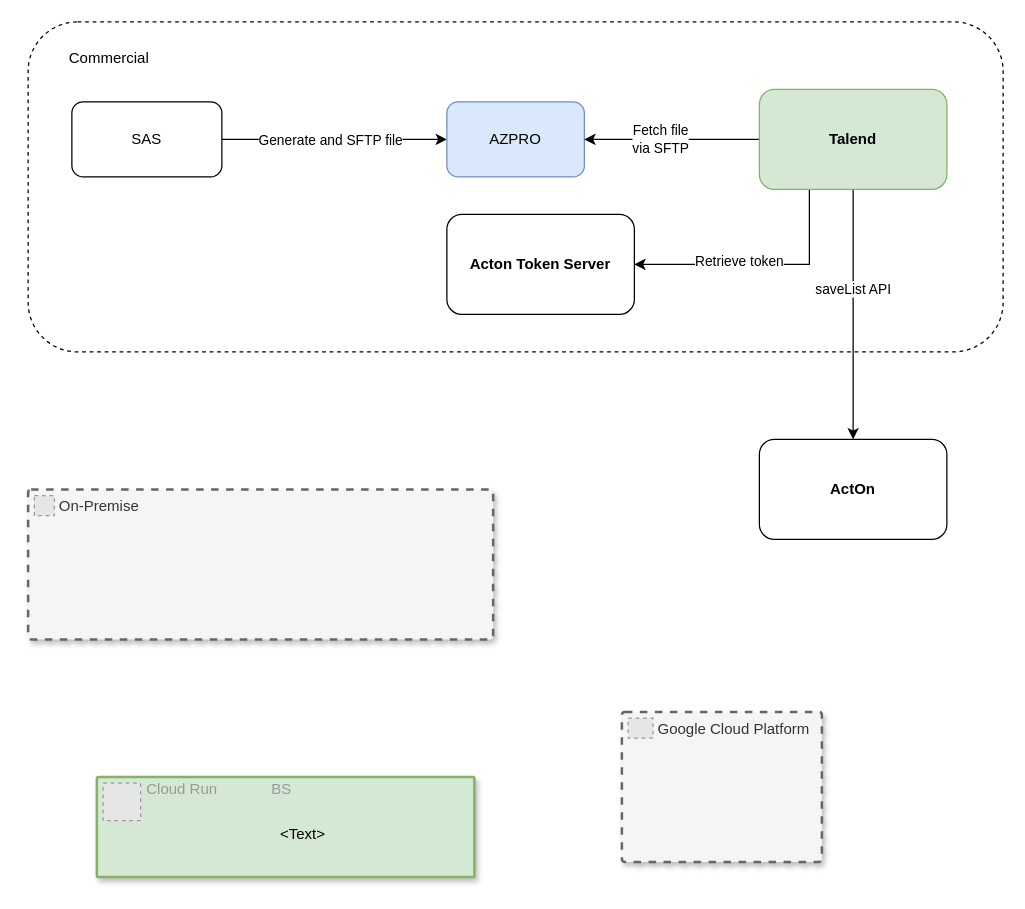
This is page "Page-2" (2 of 2) of drawings/Rebates Acton.drawio from AarellanoH/draw_io, a draw.io file, before an edit. Source tidied: cells renumbered, new cells numbered last; positions are measured from the earlier drawing's top-left corner, leaving out a move shared by most shapes. Both pictures are drawn from the tidied source at 125%, with x=0, y=0 at pixel (28, 21). Pictures stored in the file or linked from it are replaced by grey dashed boxes.
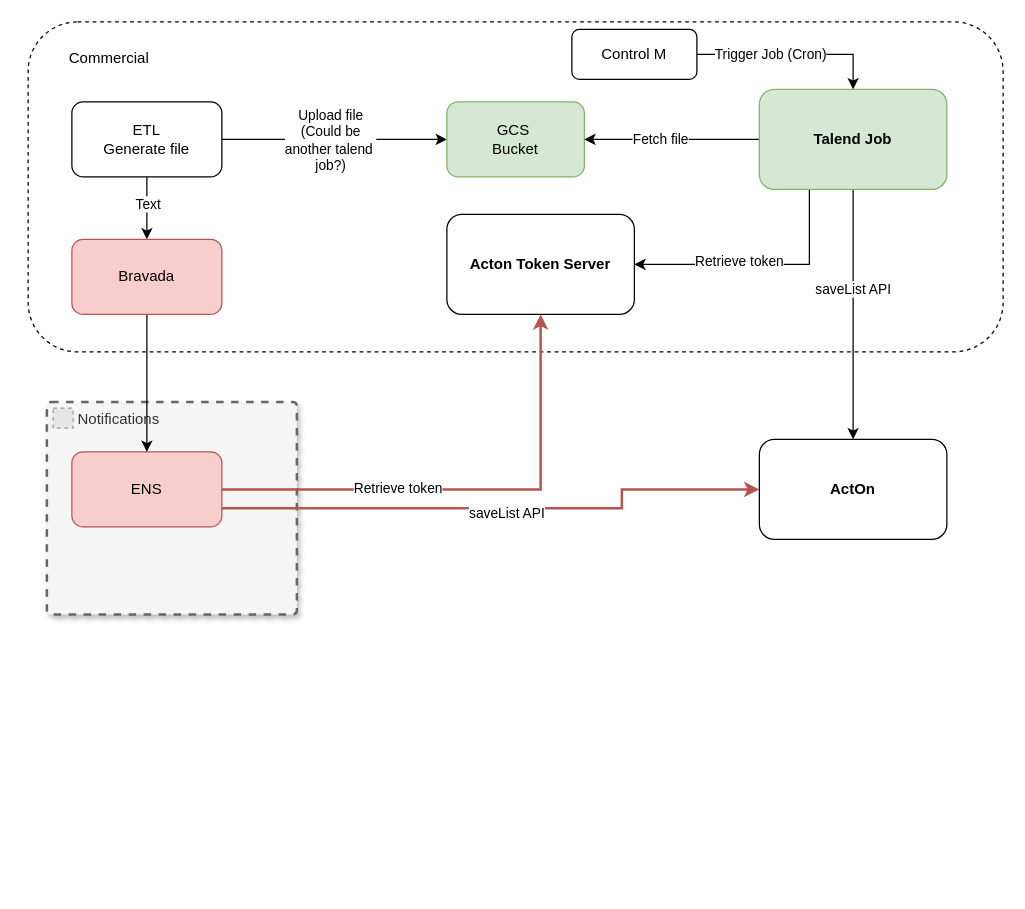
The same diagram, later.

Unchanged cells that the change refers to:
```xml
<mxCell id="3" style="edgeStyle=orthogonalEdgeStyle;rounded=0;jettySize=auto;html=1;" parent="1" edge="1" source="5" target="6">
  <mxGeometry relative="1" as="geometry" />
</mxCell>
<mxCell id="7" style="edgeStyle=orthogonalEdgeStyle;rounded=0;jettySize=auto;html=1;entryX=1;entryY=0.5;entryDx=0;entryDy=0;" parent="1" edge="1" source="13" target="6">
  <mxGeometry relative="1" as="geometry" />
</mxCell>
<mxCell id="15" value="&lt;div&gt;&lt;b&gt;ActOn&lt;/b&gt;&lt;/div&gt;" style="rounded=1;whiteSpace=wrap;html=1;" parent="1" vertex="1">
  <mxGeometry x="585" y="334" width="150" height="80" as="geometry" />
</mxCell>
<mxCell id="17" value="&lt;b&gt;Acton Token Server&lt;/b&gt;" style="rounded=1;whiteSpace=wrap;html=1;" parent="1" vertex="1">
  <mxGeometry x="335" y="154" width="150" height="80" as="geometry" />
</mxCell>
```

The edit, as a diff of the source:
```diff
@@
+    <mxCell id="25" value="Notifications" style="rounded=1;whiteSpace=wrap;html=1;strokeWidth=2;fillColor=#f5f5f5;strokeColor=#666666;dashed=1;shadow=1;arcSize=2;verticalAlign=top;align=left;spacingLeft=23;fontColor=#333333;" parent="1" vertex="1">
+      <mxGeometry x="15" y="304" width="200" height="170" as="geometry" />
+    </mxCell>
+    <mxCell id="19" style="fillColor=#E6E6E6;strokeColor=#999999;dashed=1;" parent="25" vertex="1">
+      <mxGeometry x="5" y="5" width="16" height="16" as="geometry" />
+    </mxCell>
+    <mxCell id="26" value="ENS" style="rounded=1;whiteSpace=wrap;html=1;fillColor=#f8cecc;strokeColor=#b85450;" parent="25" vertex="1">
+      <mxGeometry x="20" y="40" width="120" height="60" as="geometry" />
+    </mxCell>
@@
-    <mxCell id="4" value="Generate and SFTP file" style="edgeLabel;html=1;align=center;verticalAlign=middle;" parent="3" vertex="1">
+    <mxCell id="4" value="Upload file&lt;br&gt;(Could be&lt;div&gt;another talend&amp;nbsp;&lt;/div&gt;&lt;div&gt;job?)&lt;/div&gt;" style="edgeLabel;html=1;align=center;verticalAlign=middle;" parent="3" vertex="1">
       <mxGeometry x="-0.04" relative="1" as="geometry" />
     </mxCell>
+    <mxCell id="27" style="edgeStyle=orthogonalEdgeStyle;rounded=0;jettySize=auto;html=1;" parent="1" edge="1" source="5" target="30">
+      <mxGeometry relative="1" as="geometry" />
+    </mxCell>
+    <mxCell id="28" value="Text" style="edgeLabel;html=1;align=center;verticalAlign=middle;" parent="27" vertex="1">
+      <mxGeometry x="-0.16" relative="1" as="geometry" />
+    </mxCell>
-    <mxCell id="5" value="SAS" style="rounded=1;whiteSpace=wrap;html=1;" parent="1" vertex="1">
+    <mxCell id="5" value="ETL&lt;br&gt;Generate file" style="rounded=1;whiteSpace=wrap;html=1;" parent="1" vertex="1">
       <mxGeometry x="35" y="64" width="120" height="60" as="geometry" />
     </mxCell>
-    <mxCell id="6" value="AZPRO" style="rounded=1;whiteSpace=wrap;html=1;fillColor=#dae8fc;strokeColor=#6c8ebf;" parent="1" vertex="1">
+    <mxCell id="6" value="GCS&amp;nbsp;&lt;div&gt;Bucket&lt;/div&gt;" style="rounded=1;whiteSpace=wrap;html=1;fillColor=#d5e8d4;strokeColor=#82b366;" parent="1" vertex="1">
       <mxGeometry x="335" y="64" width="110" height="60" as="geometry" />
     </mxCell>
@@
-    <mxCell id="8" value="Fetch file&lt;div&gt;via SFTP&lt;/div&gt;" style="edgeLabel;html=1;align=center;verticalAlign=middle;" parent="7" vertex="1">
+    <mxCell id="8" value="Fetch file" style="edgeLabel;html=1;align=center;verticalAlign=middle;" parent="7" vertex="1">
       <mxGeometry x="0.14" y="-1" relative="1" as="geometry" />
     </mxCell>
@@
-    <mxCell id="13" value="&lt;div&gt;&lt;b&gt;Talend&lt;/b&gt;&lt;/div&gt;" style="rounded=1;whiteSpace=wrap;html=1;fillColor=#d5e8d4;strokeColor=#82b366;" parent="1" vertex="1">
+    <mxCell id="13" value="&lt;div&gt;&lt;b&gt;Talend Job&lt;/b&gt;&lt;/div&gt;" style="rounded=1;whiteSpace=wrap;html=1;fillColor=#d5e8d4;strokeColor=#82b366;" parent="1" vertex="1">
       <mxGeometry x="585" y="54" width="150" height="80" as="geometry" />
     </mxCell>
@@
-    <mxCell id="18" value="On-Premise" style="rounded=1;whiteSpace=wrap;html=1;strokeWidth=2;fillColor=#f5f5f5;strokeColor=#666666;dashed=1;shadow=1;arcSize=2;verticalAlign=top;align=left;spacingLeft=23;fontColor=#333333;" parent="1" vertex="1">
-      <mxGeometry y="374" width="372" height="120" as="geometry" />
-    </mxCell>
-    <mxCell id="19" style="fillColor=#E6E6E6;strokeColor=#999999;dashed=1;" parent="18" vertex="1">
-      <mxGeometry x="5" y="5" width="16" height="16" as="geometry" />
-    </mxCell>
-    <mxCell id="20" value="&lt;Text&gt;" style="strokeColor=#82b366;shadow=1;strokeWidth=2;rounded=1;absoluteArcSize=1;arcSize=2;fillColor=#d5e8d4;spacingTop=10;spacingLeft=28;" parent="1" vertex="1">
-      <mxGeometry x="55" y="604" width="302" height="80" as="geometry" />
-    </mxCell>
-    <mxCell id="21" value="Cloud Run" style="fillColor=#E6E6E6;strokeColor=#999999;dashed=1;html=1;fontColor=#999999;verticalLabelPosition=middle;verticalAlign=top;labelPosition=right;align=left;spacingLeft=5;spacingTop=-7;spacing=0;" parent="20" vertex="1">
-      <mxGeometry width="30" height="30" relative="1" as="geometry">
-        <mxPoint x="5" y="5" as="offset" />
-      </mxGeometry>
-    </mxCell>
-    <mxCell id="22" value="BS" style="text;html=1;align=right;verticalAlign=top;whiteSpace=wrap;rounded=0;spacing=4;spacingTop=-6;fontColor=#999999;" parent="20" vertex="1">
-      <mxGeometry x="138" width="22" height="15" as="geometry" />
-    </mxCell>
-    <mxCell id="23" value="Google Cloud Platform" style="rounded=1;whiteSpace=wrap;html=1;strokeWidth=2;fillColor=#f5f5f5;strokeColor=#666666;dashed=1;shadow=1;arcSize=2;verticalAlign=top;align=left;spacingLeft=27;fontColor=#333333;" parent="1" vertex="1">
-      <mxGeometry x="475" y="552" width="160" height="120" as="geometry" />
-    </mxCell>
-    <mxCell id="24" style="fillColor=#E6E6E6;strokeColor=#999999;dashed=1;" parent="23" vertex="1">
-      <mxGeometry x="5" y="5" width="19.9" height="16" as="geometry" />
-    </mxCell>
+    <mxCell id="29" style="edgeStyle=orthogonalEdgeStyle;rounded=0;jettySize=auto;html=1;" parent="1" edge="1" source="30" target="26">
+      <mxGeometry relative="1" as="geometry" />
+    </mxCell>
+    <mxCell id="30" value="Bravada" style="whiteSpace=wrap;html=1;rounded=1;fillColor=#f8cecc;strokeColor=#b85450;" parent="1" vertex="1">
+      <mxGeometry x="35" y="174" width="120" height="60" as="geometry" />
+    </mxCell>
+    <mxCell id="31" style="edgeStyle=orthogonalEdgeStyle;rounded=0;jettySize=auto;html=1;strokeWidth=2;fillColor=#f8cecc;strokeColor=#b85450;" parent="1" edge="1" source="26" target="17">
+      <mxGeometry relative="1" as="geometry" />
+    </mxCell>
+    <mxCell id="32" value="Retrieve token" style="edgeLabel;html=1;align=center;verticalAlign=middle;" parent="31" vertex="1">
+      <mxGeometry x="-0.29" y="2" relative="1" as="geometry" />
+    </mxCell>
+    <mxCell id="33" style="edgeStyle=orthogonalEdgeStyle;rounded=0;jettySize=auto;html=1;exitX=1;exitY=0.75;exitDx=0;exitDy=0;entryX=0;entryY=0.5;entryDx=0;entryDy=0;fillColor=#f8cecc;strokeColor=#b85450;strokeWidth=2;" parent="1" edge="1" source="26" target="15">
+      <mxGeometry relative="1" as="geometry">
+        <Array as="points">
+          <mxPoint x="475" y="389" />
+          <mxPoint x="475" y="374" />
+        </Array>
+      </mxGeometry>
+    </mxCell>
+    <mxCell id="34" value="saveList API" style="edgeLabel;html=1;align=center;verticalAlign=middle;" parent="33" vertex="1">
+      <mxGeometry x="0.02" y="-3" relative="1" as="geometry" />
+    </mxCell>
+    <mxCell id="35" style="edgeStyle=orthogonalEdgeStyle;rounded=0;jettySize=auto;html=1;entryX=0.5;entryY=0;entryDx=0;entryDy=0;" parent="1" edge="1" source="37" target="13">
+      <mxGeometry relative="1" as="geometry" />
+    </mxCell>
+    <mxCell id="36" value="Trigger Job (Cron)" style="edgeLabel;html=1;align=center;verticalAlign=middle;" parent="35" vertex="1">
+      <mxGeometry x="-0.24" y="1" relative="1" as="geometry" />
+    </mxCell>
+    <mxCell id="37" value="Control M" style="rounded=1;whiteSpace=wrap;html=1;" parent="1" vertex="1">
+      <mxGeometry x="435" y="6" width="100" height="40" as="geometry" />
+    </mxCell>
```
